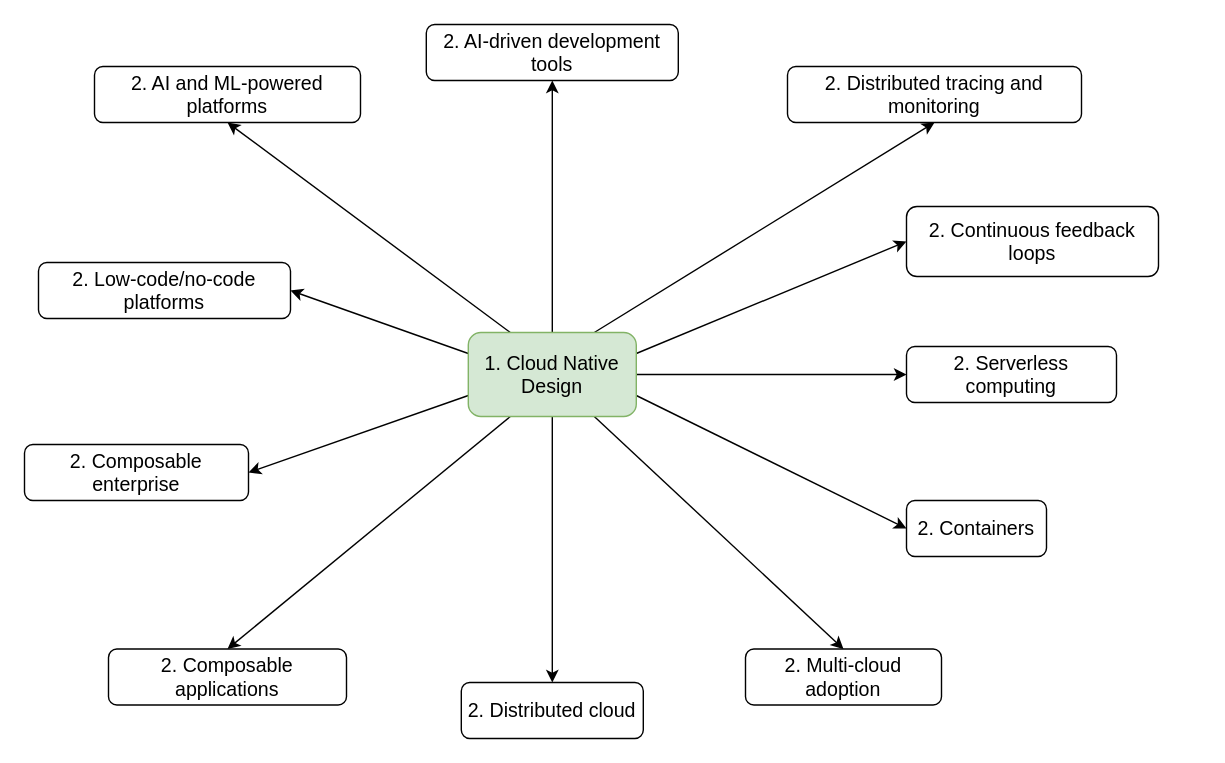
Earlier version of the draw.io diagram page "T1-1. Cloud Native Design" (2 of 8) of FiveWhatSoftwareArch.drawio (Gaur4vGaur/probable-octo). Source tidied: cells renumbered, new cells numbered last; positions are measured from the earlier drawing's top-left corner, leaving out a move shared by most shapes. Both pictures are drawn from the tidied source at 140%, with x=0, y=0 at pixel (24, 24).
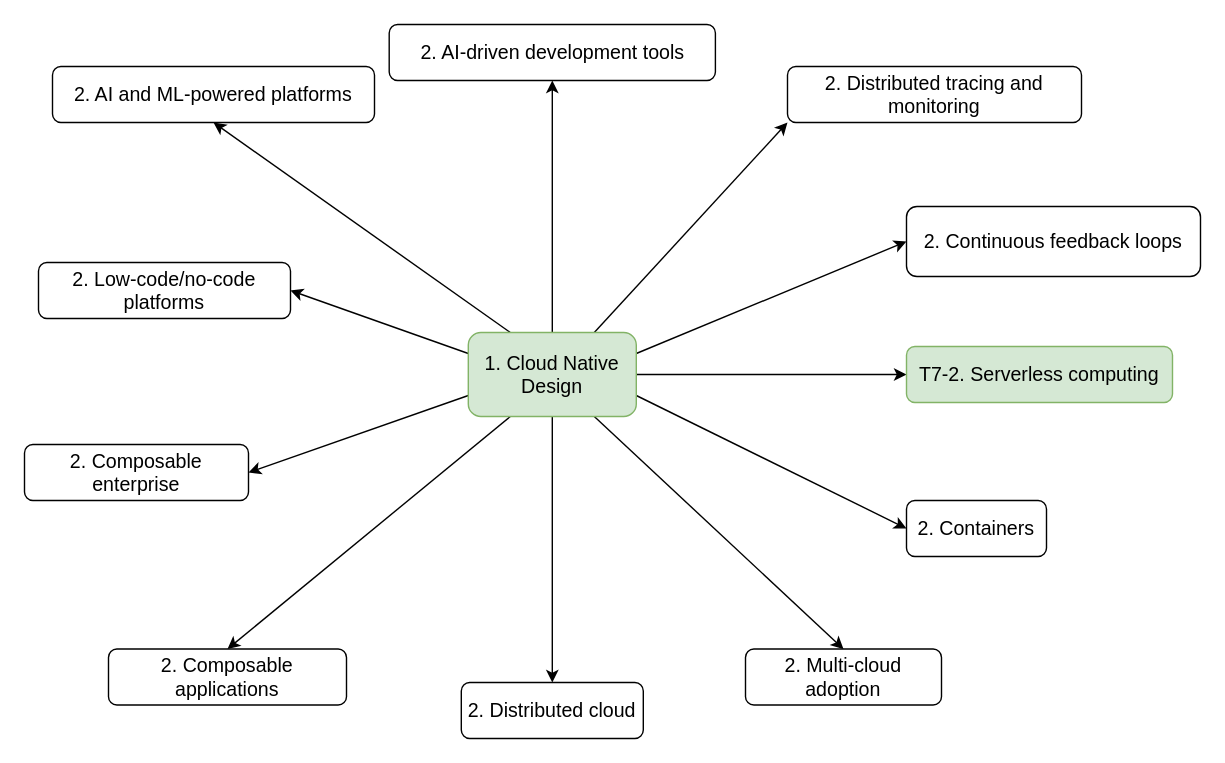
Above is the later version.

The change refers to these unchanged cells:
```xml
<mxCell id="13" value="1. Cloud Native Design" style="rounded=1;whiteSpace=wrap;html=1;fontSize=14;fillColor=#d5e8d4;strokeColor=#82b366;labelBackgroundColor=none;" parent="1" vertex="1">
  <mxGeometry x="317" y="220" width="120" height="60" as="geometry" />
</mxCell>
<mxCell id="23" value="&lt;span style=&quot;color: rgb(0, 0, 0); font-family: Helvetica; font-size: 14px; font-style: normal; font-variant-ligatures: normal; font-variant-caps: normal; font-weight: 400; letter-spacing: normal; orphans: 2; text-align: left; text-indent: 0px; text-transform: none; widows: 2; word-spacing: 0px; -webkit-text-stroke-width: 0px; text-decoration-thickness: initial; text-decoration-style: initial; text-decoration-color: initial; float: none; display: inline !important;&quot;&gt;2. Distributed tracing and monitoring&lt;/span&gt;&lt;br style=&quot;--tw-border-spacing-x: 0; --tw-border-spacing-y: 0; --tw-translate-x: 0; --tw-translate-y: 0; --tw-rotate: 0; --tw-skew-x: 0; --tw-skew-y: 0; --tw-scale-x: 1; --tw-scale-y: 1; --tw-pan-x: ; --tw-pan-y: ; --tw-pinch-zoom: ; --tw-scroll-snap-strictness: proximity; --tw-ordinal: ; --tw-slashed-zero: ; --tw-numeric-figure: ; --tw-numeric-spacing: ; --tw-numeric-fraction: ; --tw-ring-inset: ; --tw-ring-offset-width: 0px; --tw-ring-offset-color: #fff; --tw-ring-color: rgb(59 130 246 / .5); --tw-ring-offset-shadow: 0 0 #0000; --tw-ring-shadow: 0 0 #0000; --tw-shadow: 0 0 #0000; --tw-shadow-colored: 0 0 #0000; --tw-blur: ; --tw-brightness: ; --tw-contrast: ; --tw-grayscale: ; --tw-hue-rotate: ; --tw-invert: ; --tw-saturate: ; --tw-sepia: ; --tw-drop-shadow: ; --tw-backdrop-blur: ; --tw-backdrop-brightness: ; --tw-backdrop-contrast: ; --tw-backdrop-grayscale: ; --tw-backdrop-hue-rotate: ; --tw-backdrop-invert: ; --tw-backdrop-opacity: ; --tw-backdrop-saturate: ; --tw-backdrop-sepia: ; border-color: var(--border-color); padding: 0px; margin: 0px; color: rgb(0, 0, 0); font-family: Helvetica; font-size: 14px; font-style: normal; font-variant-ligatures: normal; font-variant-caps: normal; font-weight: 400; letter-spacing: normal; orphans: 2; text-align: left; text-indent: 0px; text-transform: none; widows: 2; word-spacing: 0px; -webkit-text-stroke-width: 0px; text-decoration-thickness: initial; text-decoration-style: initial; text-decoration-color: initial;&quot;&gt;" style="rounded=1;whiteSpace=wrap;html=1;fontSize=14;labelBackgroundColor=none;" parent="1" vertex="1">
  <mxGeometry x="545" y="30" width="210" height="40" as="geometry" />
</mxCell>
```

The edit, as a diff of the source:
```diff
@@
-    <mxCell id="11" style="edgeStyle=orthogonalEdgeStyle;shape=connector;rounded=0;jettySize=auto;html=1;entryX=0.5;entryY=1;entryDx=0;entryDy=0;labelBackgroundColor=none;align=center;verticalAlign=middle;fontFamily=Helvetica;fontSize=11;fontColor=default;endArrow=classic;orthogonal=1;noEdgeStyle=1;exitX=0.75;exitY=0;exitDx=0;exitDy=0;" parent="1" edge="1" source="13" target="23">
+    <mxCell id="11" style="edgeStyle=orthogonalEdgeStyle;shape=connector;rounded=0;jettySize=auto;html=1;entryX=0;entryY=1;entryDx=0;entryDy=0;labelBackgroundColor=none;align=center;verticalAlign=middle;fontFamily=Helvetica;fontSize=11;fontColor=default;endArrow=classic;orthogonal=1;noEdgeStyle=1;exitX=0.75;exitY=0;exitDx=0;exitDy=0;" parent="1" edge="1" source="13" target="23">
       <mxGeometry relative="1" as="geometry" />
     </mxCell>
@@
-    <mxCell id="14" value="&lt;span style=&quot;color: rgb(0, 0, 0); font-family: Helvetica; font-size: 14px; font-style: normal; font-variant-ligatures: normal; font-variant-caps: normal; font-weight: 400; letter-spacing: normal; orphans: 2; text-align: left; text-indent: 0px; text-transform: none; widows: 2; word-spacing: 0px; -webkit-text-stroke-width: 0px; text-decoration-thickness: initial; text-decoration-style: initial; text-decoration-color: initial; float: none; display: inline !important;&quot;&gt;2. Serverless computing&lt;/span&gt;" style="rounded=1;whiteSpace=wrap;html=1;fontSize=14;labelBackgroundColor=none;" parent="1" vertex="1">
-      <mxGeometry x="630" y="230" width="150" height="40" as="geometry" />
+    <mxCell id="14" value="&lt;span style=&quot;color: rgb(0, 0, 0); font-family: Helvetica; font-size: 14px; font-style: normal; font-variant-ligatures: normal; font-variant-caps: normal; font-weight: 400; letter-spacing: normal; orphans: 2; text-align: left; text-indent: 0px; text-transform: none; widows: 2; word-spacing: 0px; -webkit-text-stroke-width: 0px; text-decoration-thickness: initial; text-decoration-style: initial; text-decoration-color: initial; float: none; display: inline !important;&quot;&gt;T7-2. Serverless computing&lt;/span&gt;" style="rounded=1;whiteSpace=wrap;html=1;fontSize=14;labelBackgroundColor=none;fillColor=#d5e8d4;strokeColor=#82b366;" parent="1" vertex="1">
+      <mxGeometry x="630" y="230" width="190" height="40" as="geometry" />
     </mxCell>
@@
     <mxCell id="21" value="&lt;span style=&quot;color: rgb(0, 0, 0); font-family: Helvetica; font-size: 14px; font-style: normal; font-variant-ligatures: normal; font-variant-caps: normal; font-weight: 400; letter-spacing: normal; orphans: 2; text-align: left; text-indent: 0px; text-transform: none; widows: 2; word-spacing: 0px; -webkit-text-stroke-width: 0px; text-decoration-thickness: initial; text-decoration-style: initial; text-decoration-color: initial; float: none; display: inline !important;&quot;&gt;2. AI and ML-powered platforms&lt;/span&gt;&lt;br style=&quot;--tw-border-spacing-x: 0; --tw-border-spacing-y: 0; --tw-translate-x: 0; --tw-translate-y: 0; --tw-rotate: 0; --tw-skew-x: 0; --tw-skew-y: 0; --tw-scale-x: 1; --tw-scale-y: 1; --tw-pan-x: ; --tw-pan-y: ; --tw-pinch-zoom: ; --tw-scroll-snap-strictness: proximity; --tw-ordinal: ; --tw-slashed-zero: ; --tw-numeric-figure: ; --tw-numeric-spacing: ; --tw-numeric-fraction: ; --tw-ring-inset: ; --tw-ring-offset-width: 0px; --tw-ring-offset-color: #fff; --tw-ring-color: rgb(59 130 246 / .5); --tw-ring-offset-shadow: 0 0 #0000; --tw-ring-shadow: 0 0 #0000; --tw-shadow: 0 0 #0000; --tw-shadow-colored: 0 0 #0000; --tw-blur: ; --tw-brightness: ; --tw-contrast: ; --tw-grayscale: ; --tw-hue-rotate: ; --tw-invert: ; --tw-saturate: ; --tw-sepia: ; --tw-drop-shadow: ; --tw-backdrop-blur: ; --tw-backdrop-brightness: ; --tw-backdrop-contrast: ; --tw-backdrop-grayscale: ; --tw-backdrop-hue-rotate: ; --tw-backdrop-invert: ; --tw-backdrop-opacity: ; --tw-backdrop-saturate: ; --tw-backdrop-sepia: ; border-color: var(--border-color); padding: 0px; margin: 0px; color: rgb(0, 0, 0); font-family: Helvetica; font-size: 14px; font-style: normal; font-variant-ligatures: normal; font-variant-caps: normal; font-weight: 400; letter-spacing: normal; orphans: 2; text-align: left; text-indent: 0px; text-transform: none; widows: 2; word-spacing: 0px; -webkit-text-stroke-width: 0px; text-decoration-thickness: initial; text-decoration-style: initial; text-decoration-color: initial;&quot;&gt;" style="rounded=1;whiteSpace=wrap;html=1;fontSize=14;labelBackgroundColor=none;" parent="1" vertex="1">
-      <mxGeometry x="50" y="30" width="190" height="40" as="geometry" />
+      <mxGeometry x="20" y="30" width="230" height="40" as="geometry" />
     </mxCell>
     <mxCell id="22" value="&lt;span style=&quot;color: rgb(0, 0, 0); font-family: Helvetica; font-size: 14px; font-style: normal; font-variant-ligatures: normal; font-variant-caps: normal; font-weight: 400; letter-spacing: normal; orphans: 2; text-align: left; text-indent: 0px; text-transform: none; widows: 2; word-spacing: 0px; -webkit-text-stroke-width: 0px; text-decoration-thickness: initial; text-decoration-style: initial; text-decoration-color: initial; float: none; display: inline !important;&quot;&gt;2. AI-driven development tools&lt;/span&gt;&lt;br style=&quot;--tw-border-spacing-x: 0; --tw-border-spacing-y: 0; --tw-translate-x: 0; --tw-translate-y: 0; --tw-rotate: 0; --tw-skew-x: 0; --tw-skew-y: 0; --tw-scale-x: 1; --tw-scale-y: 1; --tw-pan-x: ; --tw-pan-y: ; --tw-pinch-zoom: ; --tw-scroll-snap-strictness: proximity; --tw-ordinal: ; --tw-slashed-zero: ; --tw-numeric-figure: ; --tw-numeric-spacing: ; --tw-numeric-fraction: ; --tw-ring-inset: ; --tw-ring-offset-width: 0px; --tw-ring-offset-color: #fff; --tw-ring-color: rgb(59 130 246 / .5); --tw-ring-offset-shadow: 0 0 #0000; --tw-ring-shadow: 0 0 #0000; --tw-shadow: 0 0 #0000; --tw-shadow-colored: 0 0 #0000; --tw-blur: ; --tw-brightness: ; --tw-contrast: ; --tw-grayscale: ; --tw-hue-rotate: ; --tw-invert: ; --tw-saturate: ; --tw-sepia: ; --tw-drop-shadow: ; --tw-backdrop-blur: ; --tw-backdrop-brightness: ; --tw-backdrop-contrast: ; --tw-backdrop-grayscale: ; --tw-backdrop-hue-rotate: ; --tw-backdrop-invert: ; --tw-backdrop-opacity: ; --tw-backdrop-saturate: ; --tw-backdrop-sepia: ; border-color: var(--border-color); padding: 0px; margin: 0px; color: rgb(0, 0, 0); font-family: Helvetica; font-size: 14px; font-style: normal; font-variant-ligatures: normal; font-variant-caps: normal; font-weight: 400; letter-spacing: normal; orphans: 2; text-align: left; text-indent: 0px; text-transform: none; widows: 2; word-spacing: 0px; -webkit-text-stroke-width: 0px; text-decoration-thickness: initial; text-decoration-style: initial; text-decoration-color: initial;&quot;&gt;" style="rounded=1;whiteSpace=wrap;html=1;fontSize=14;labelBackgroundColor=none;" parent="1" vertex="1">
-      <mxGeometry x="287" width="180" height="40" as="geometry" />
+      <mxGeometry x="260.5" width="233" height="40" as="geometry" />
     </mxCell>
@@
     <mxCell id="24" value="&lt;span style=&quot;color: rgb(0, 0, 0); font-family: Helvetica; font-size: 14px; font-style: normal; font-variant-ligatures: normal; font-variant-caps: normal; font-weight: 400; letter-spacing: normal; orphans: 2; text-align: left; text-indent: 0px; text-transform: none; widows: 2; word-spacing: 0px; -webkit-text-stroke-width: 0px; text-decoration-thickness: initial; text-decoration-style: initial; text-decoration-color: initial; float: none; display: inline !important;&quot;&gt;2. Continuous feedback loops&lt;/span&gt;" style="rounded=1;whiteSpace=wrap;html=1;fontSize=14;labelBackgroundColor=none;" parent="1" vertex="1">
-      <mxGeometry x="630" y="130" width="180" height="50" as="geometry" />
+      <mxGeometry x="630" y="130" width="210" height="50" as="geometry" />
     </mxCell>
```
